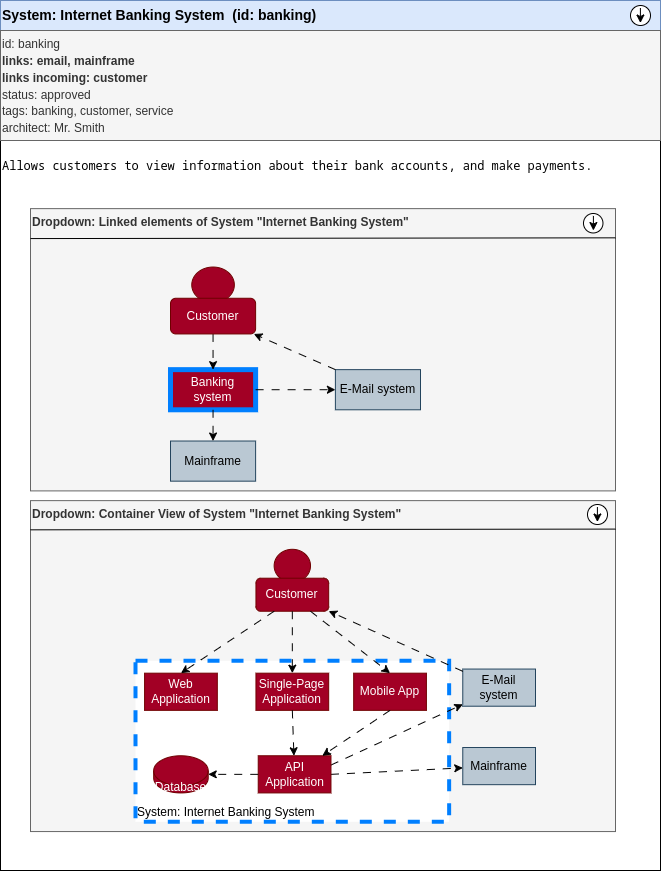
This is need_system_banking.drawio.png from useblocks/sphinx-c4, a draw.io export, as it was before one commit. Source tidied: cells renumbered, new cells last; positions are measured from the earlier drawing's top-left corner, leaving out a move shared by most shapes.
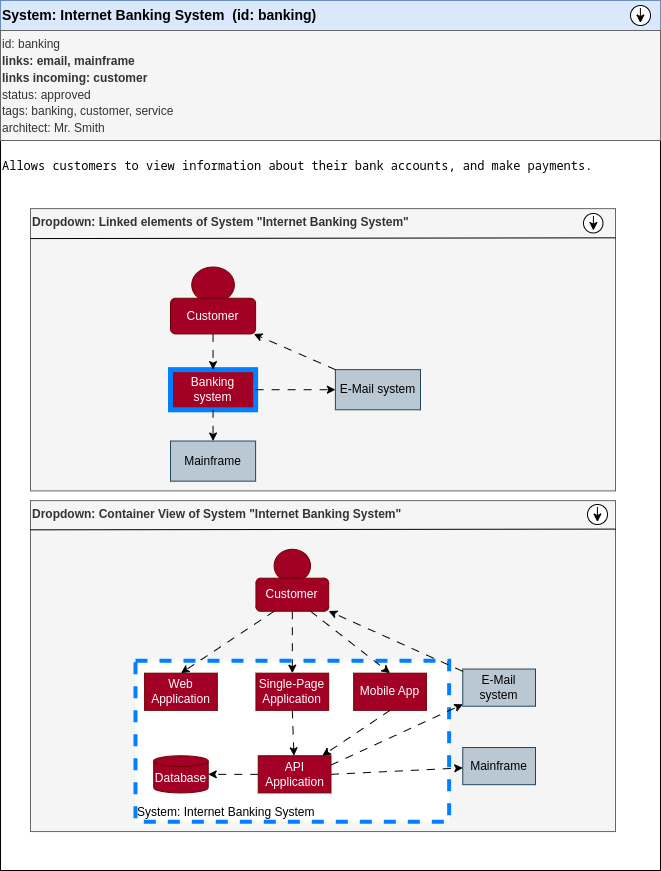
Later version of the same file.

Change to the diagram source:
```diff
@@ -68,7 +68,7 @@
     <mxCell id="23" style="edgeStyle=none;html=1;exitX=0.5;exitY=1;exitDx=0;exitDy=0;dashed=1;dashPattern=8 8;" parent="6" edge="1" source="17" target="21">
       <mxGeometry relative="1" as="geometry" />
     </mxCell>
-    <mxCell id="24" value="Database" style="shape=cylinder3;whiteSpace=wrap;html=1;boundedLbl=1;backgroundOutline=1;size=15;fillColor=#a20025;fontColor=#ffffff;strokeColor=#6F0000;" parent="6" vertex="1">
+    <mxCell id="24" value="Database" style="shape=cylinder3;whiteSpace=wrap;html=1;boundedLbl=1;backgroundOutline=1;size=5.354401154401103;fillColor=#a20025;fontColor=#ffffff;strokeColor=#6F0000;" parent="6" vertex="1">
       <mxGeometry x="18.2" y="206.5" width="54.5" height="37.2" as="geometry" />
     </mxCell>
     <mxCell id="25" style="edgeStyle=none;html=1;dashed=1;dashPattern=8 8;" parent="6" edge="1" source="21" target="24">
```
